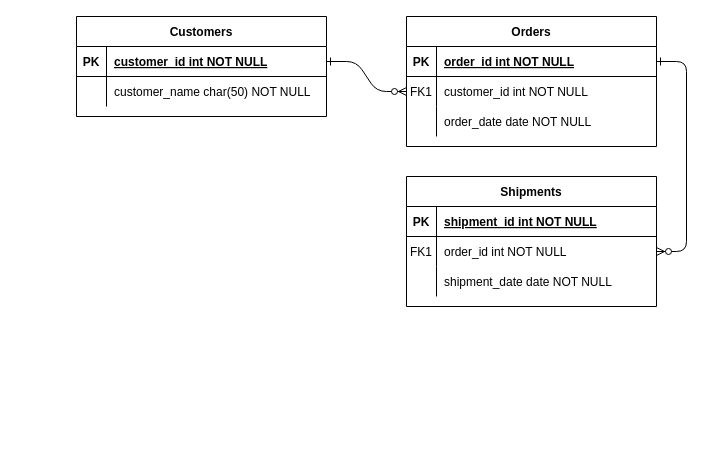
Before: erdiabaunleitungshelfer.drawio in schattnkatz98/Team-Projekt-Michael-u-Julian, a draw.io diagram. Source tidied: cells renumbered, new cells numbered last; positions are measured from the earlier drawing's top-left corner, leaving out a move shared by most shapes. Both pictures are drawn from the tidied source at 100%, with x=0, y=0 at pixel (76, 16).
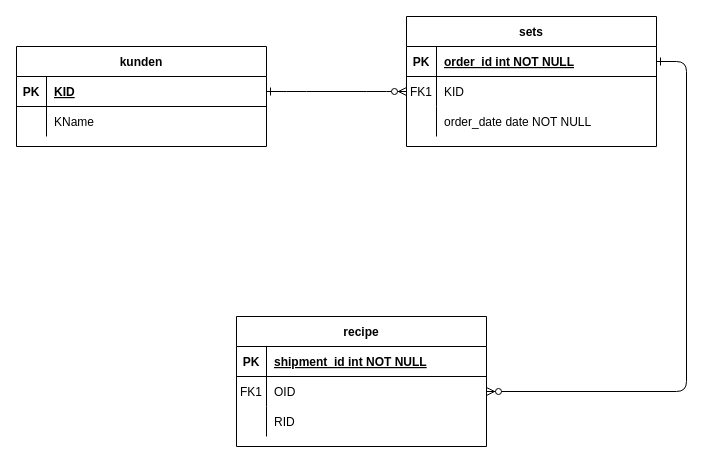
The same page after the edit.

Unchanged cells that the change refers to:
```xml
<mxCell id="8" style="shape=partialRectangle;fillColor=none;points=[[0,0.5],[1,0.5]];portConstraint=eastwest;top=0;left=0;right=0;bottom=0;" parent="4" vertex="1">
  <mxGeometry y="60" width="250" height="30" as="geometry" />
</mxCell>
<mxCell id="18" style="shape=partialRectangle;fillColor=none;points=[[0,0.5],[1,0.5]];portConstraint=eastwest;top=0;left=0;right=0;bottom=0;" parent="14" vertex="1">
  <mxGeometry y="60" width="250" height="30" as="geometry" />
</mxCell>
<mxCell id="21" style="shape=partialRectangle;fillColor=none;top=0;left=0;right=0;bottom=0;" parent="14" vertex="1">
  <mxGeometry y="90" width="250" height="30" as="geometry" />
</mxCell>
<mxCell id="25" style="shape=partialRectangle;fillColor=none;points=[[0,0.5],[1,0.5]];portConstraint=eastwest;top=0;left=0;right=0;bottom=1;" parent="24" vertex="1">
  <mxGeometry y="30" width="250" height="30" as="geometry" />
</mxCell>
<mxCell id="28" style="shape=partialRectangle;fillColor=none;top=0;left=0;right=0;bottom=0;" parent="24" vertex="1">
  <mxGeometry y="60" width="250" height="30" as="geometry" />
</mxCell>
```

Diff of the diagram source:
```diff
@@
-    <mxCell id="4" value="Orders" style="shape=table;startSize=30;childLayout=tableLayout;rowLines=0;fontStyle=1;align=center;" parent="1" vertex="1">
+    <mxCell id="4" value="sets" style="shape=table;startSize=30;childLayout=tableLayout;rowLines=0;fontStyle=1;align=center;" parent="1" vertex="1">
       <mxGeometry x="330" width="250" height="130" as="geometry" />
     </mxCell>
@@
-    <mxCell id="10" value="customer_id int NOT NULL" style="shape=partialRectangle;overflow=hidden;fillColor=none;top=0;left=0;bottom=0;right=0;align=left;spacingLeft=6;" parent="8" vertex="1">
+    <mxCell id="10" value="KID" style="shape=partialRectangle;overflow=hidden;fillColor=none;top=0;left=0;bottom=0;right=0;align=left;spacingLeft=6;" parent="8" vertex="1">
       <mxGeometry x="30" width="220" height="30" as="geometry" />
     </mxCell>
@@
-    <mxCell id="14" value="Shipments" style="shape=table;startSize=30;childLayout=tableLayout;rowLines=0;fontStyle=1;align=center;" parent="1" vertex="1">
-      <mxGeometry x="330" y="160" width="250" height="130" as="geometry" />
+    <mxCell id="14" value="recipe" style="shape=table;startSize=30;childLayout=tableLayout;rowLines=0;fontStyle=1;align=center;" parent="1" vertex="1">
+      <mxGeometry x="160" y="300" width="250" height="130" as="geometry" />
     </mxCell>
@@
-    <mxCell id="20" value="order_id int NOT NULL" style="shape=partialRectangle;overflow=hidden;fillColor=none;top=0;left=0;bottom=0;right=0;align=left;spacingLeft=6;" parent="18" vertex="1">
+    <mxCell id="20" value="OID" style="shape=partialRectangle;overflow=hidden;fillColor=none;top=0;left=0;bottom=0;right=0;align=left;spacingLeft=6;" parent="18" vertex="1">
       <mxGeometry x="30" width="220" height="30" as="geometry" />
     </mxCell>
@@
-    <mxCell id="23" value="shipment_date date NOT NULL" style="shape=partialRectangle;overflow=hidden;fillColor=none;top=0;left=0;bottom=0;right=0;align=left;spacingLeft=6;" parent="21" vertex="1">
+    <mxCell id="23" value="RID" style="shape=partialRectangle;overflow=hidden;fillColor=none;top=0;left=0;bottom=0;right=0;align=left;spacingLeft=6;" parent="21" vertex="1">
       <mxGeometry x="30" width="220" height="30" as="geometry" />
     </mxCell>
-    <mxCell id="24" value="Customers" style="shape=table;startSize=30;childLayout=tableLayout;rowLines=0;fontStyle=1;align=center;" parent="1" vertex="1">
-      <mxGeometry width="250" height="100" as="geometry" />
+    <mxCell id="24" value="kunden" style="shape=table;startSize=30;childLayout=tableLayout;rowLines=0;fontStyle=1;align=center;" parent="1" vertex="1">
+      <mxGeometry x="-60" y="30" width="250" height="100" as="geometry" />
     </mxCell>
@@
-    <mxCell id="27" value="customer_id int NOT NULL " style="shape=partialRectangle;overflow=hidden;fillColor=none;top=0;left=0;bottom=0;right=0;align=left;spacingLeft=6;fontStyle=5;" parent="25" vertex="1">
+    <mxCell id="27" value="KID" style="shape=partialRectangle;overflow=hidden;fillColor=none;top=0;left=0;bottom=0;right=0;align=left;spacingLeft=6;fontStyle=5;" parent="25" vertex="1">
       <mxGeometry x="30" width="220" height="30" as="geometry" />
     </mxCell>
@@
-    <mxCell id="30" value="customer_name char(50) NOT NULL" style="shape=partialRectangle;overflow=hidden;fillColor=none;top=0;left=0;bottom=0;right=0;align=left;spacingLeft=6;" parent="28" vertex="1">
+    <mxCell id="30" value="KName" style="shape=partialRectangle;overflow=hidden;fillColor=none;top=0;left=0;bottom=0;right=0;align=left;spacingLeft=6;" parent="28" vertex="1">
       <mxGeometry x="30" width="220" height="30" as="geometry" />
     </mxCell>
```
